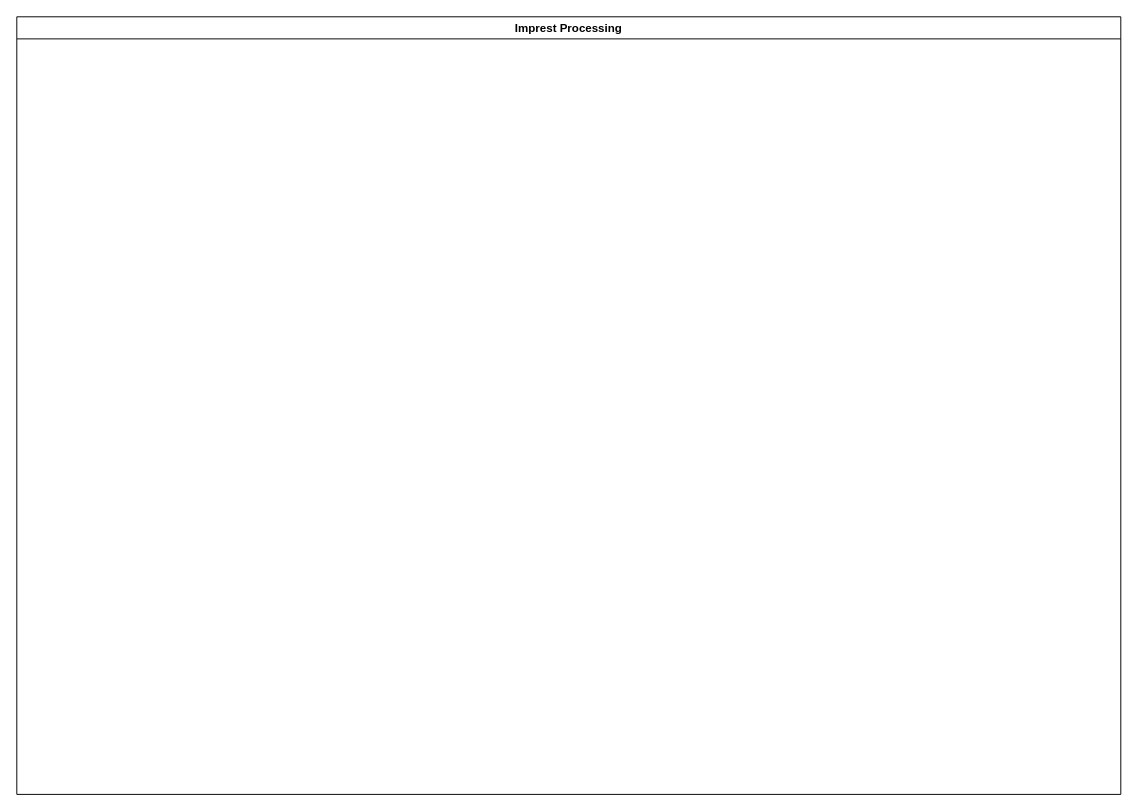
kmagua/flowcharts keeps this draw.io diagram as KEFRI -  Imprest Processing.drawio. Above is the earlier version. Source tidied: cells renumbered, new cells numbered last; positions are measured from the earlier drawing's top-left corner, leaving out a move shared by most shapes. Both pictures are drawn from the tidied source at 96%, with x=0, y=0 at pixel (16, 16).
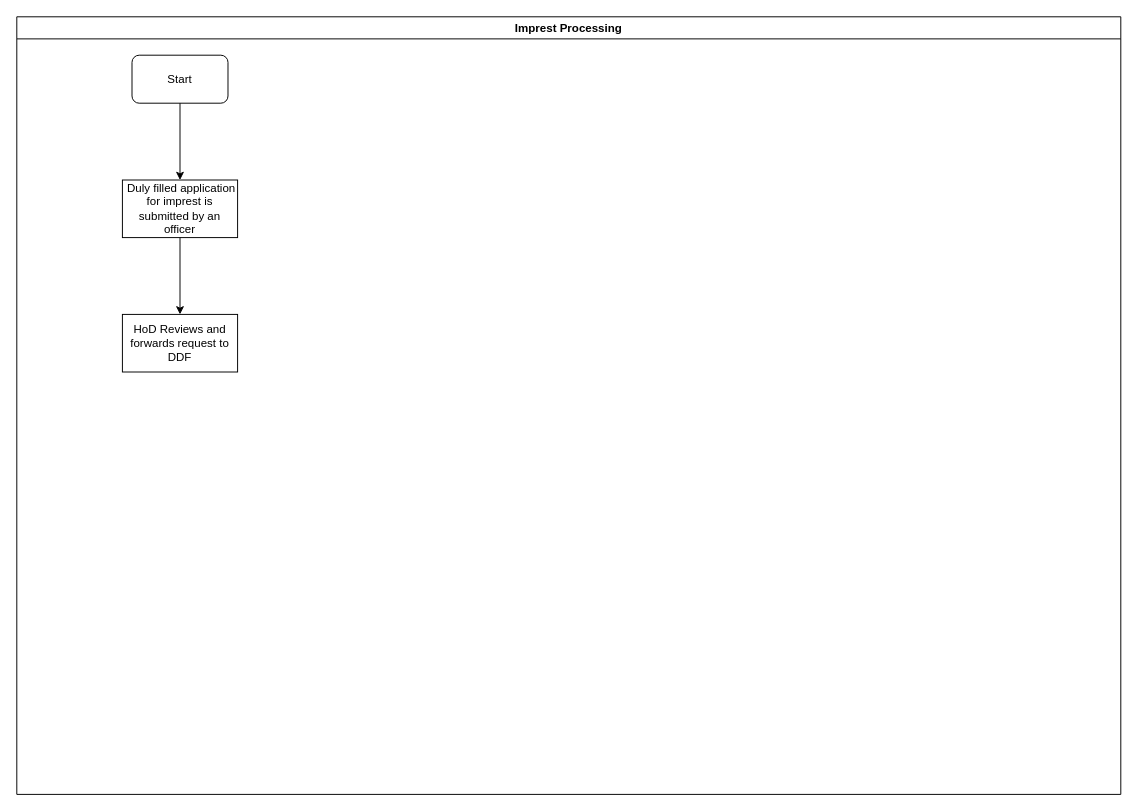
The same diagram, later.

Diff of the diagram source:
```diff
@@
 <mxGraphModel>
   <root>
     <mxCell id="0" />
     <mxCell id="1" parent="0" />
     <mxCell id="2" value="Imprest Processing" style="swimlane;" parent="1" vertex="1">
       <mxGeometry width="1150" height="810" as="geometry" />
     </mxCell>
+    <mxCell id="3" value="Start" style="rounded=1;whiteSpace=wrap;html=1;" parent="2" vertex="1">
+      <mxGeometry x="120" y="40" width="100" height="50" as="geometry" />
+    </mxCell>
+    <mxCell id="4" value="&amp;nbsp;Duly filled application for imprest is submitted by an officer" style="rounded=0;whiteSpace=wrap;html=1;" parent="2" vertex="1">
+      <mxGeometry x="110" y="170" width="120" height="60" as="geometry" />
+    </mxCell>
+    <mxCell id="5" style="edgeStyle=orthogonalEdgeStyle;rounded=0;jettySize=auto;html=1;entryX=0.5;entryY=0;entryDx=0;entryDy=0;" parent="2" edge="1" source="3" target="4">
+      <mxGeometry relative="1" as="geometry" />
+    </mxCell>
+    <mxCell id="6" value="HoD Reviews and forwards request to DDF " style="whiteSpace=wrap;html=1;rounded=0;" parent="1" vertex="1">
+      <mxGeometry x="110" y="310" width="120" height="60" as="geometry" />
+    </mxCell>
+    <mxCell id="7" style="edgeStyle=orthogonalEdgeStyle;rounded=0;jettySize=auto;html=1;" parent="1" edge="1" source="4" target="6">
+      <mxGeometry relative="1" as="geometry" />
+    </mxCell>
   </root>
 </mxGraphModel>
```
